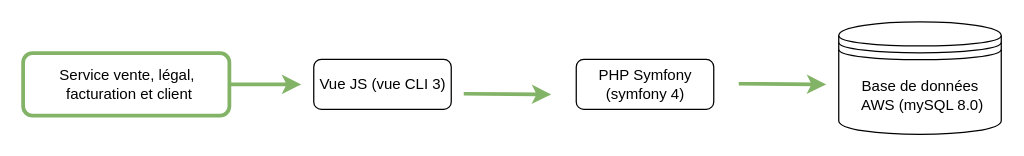
Above: Copie de LAEDiagram.drawio in cjour/audit_logistics (draw.io), before the change. Source tidied: cells renumbered, new cells numbered last; positions are measured from the earlier drawing's top-left corner, leaving out a move shared by most shapes. Both pictures are drawn from the tidied source at 125%, with x=0, y=0 at pixel (22, 21).
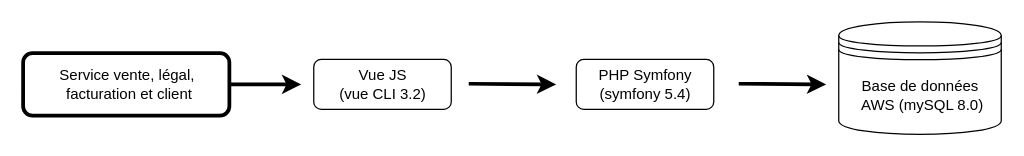
Above is the later version.

Commit message:
Mettre à jour Copie de LAEDiagram.drawio

Diff of the diagram source:
```diff
@@
 <mxGraphModel>
   <root>
     <mxCell id="0" />
     <mxCell id="1" parent="0" />
     <mxCell id="2" value="&lt;div&gt;Service vente, légal,&lt;/div&gt;&lt;div&gt;&amp;nbsp;facturation et client&lt;/div&gt;" style="text;html=1;align=center;verticalAlign=middle;strokeColor=none;fillColor=none;" parent="1" vertex="1">
       <mxGeometry x="17.5" y="30" width="130" height="40" as="geometry" />
     </mxCell>
-    <mxCell id="3" value="Vue JS (vue CLI 3)" style="rounded=1;whiteSpace=wrap;html=1;" parent="1" vertex="1">
+    <mxCell id="3" value="&lt;div&gt;Vue JS &lt;br&gt;&lt;/div&gt;&lt;div&gt;(vue CLI 3.2)&lt;/div&gt;" style="rounded=1;whiteSpace=wrap;html=1;" parent="1" vertex="1">
       <mxGeometry x="232.5" y="30" width="110" height="40" as="geometry" />
     </mxCell>
-    <mxCell id="4" value="&lt;div&gt;PHP Symfony (symfony 4)&lt;/div&gt;" style="rounded=1;whiteSpace=wrap;html=1;" parent="1" vertex="1">
+    <mxCell id="4" value="&lt;div&gt;PHP Symfony (symfony 5.4)&lt;/div&gt;" style="rounded=1;whiteSpace=wrap;html=1;" parent="1" vertex="1">
       <mxGeometry x="442.5" y="30" width="110" height="40" as="geometry" />
     </mxCell>
     <mxCell id="5" value="&lt;div&gt;Base de données&lt;/div&gt;&lt;div&gt;&amp;nbsp;AWS (mySQL 8.0)&lt;br&gt;&lt;/div&gt;" style="shape=datastore;whiteSpace=wrap;html=1;" parent="1" vertex="1">
       <mxGeometry x="652.5" width="130" height="90" as="geometry" />
     </mxCell>
-    <mxCell id="6" style="rounded=1;whiteSpace=wrap;html=1;fontFamily=Helvetica;fontSize=12;strokeWidth=3;fillColor=none;strokeColor=#82b366;" parent="1" vertex="1">
+    <mxCell id="6" style="rounded=1;whiteSpace=wrap;html=1;fontFamily=Helvetica;fontSize=12;strokeWidth=3;fillColor=none;" parent="1" vertex="1">
       <mxGeometry y="25" width="165" height="50" as="geometry" />
     </mxCell>
-    <mxCell id="7" style="endArrow=classic;html=1;rounded=0;fontFamily=Helvetica;fontSize=12;exitX=1;exitY=0.5;exitDx=0;exitDy=0;fillColor=#d5e8d4;strokeColor=#82b366;strokeWidth=3;" parent="1" edge="1" source="6">
+    <mxCell id="7" style="endArrow=classic;html=1;rounded=0;fontFamily=Helvetica;fontSize=12;exitX=1;exitY=0.5;exitDx=0;exitDy=0;strokeWidth=3;" parent="1" edge="1" source="6">
       <mxGeometry relative="1" as="geometry">
         <mxPoint x="222.5" y="50" as="targetPoint" />
       </mxGeometry>
     </mxCell>
-    <mxCell id="8" style="endArrow=classic;html=1;rounded=0;fontFamily=Helvetica;fontSize=12;exitX=1;exitY=0.5;exitDx=0;exitDy=0;fillColor=#d5e8d4;strokeColor=#82b366;strokeWidth=3;" parent="1" edge="1">
+    <mxCell id="8" style="endArrow=classic;html=1;rounded=0;fontFamily=Helvetica;fontSize=12;exitX=1;exitY=0.5;exitDx=0;exitDy=0;strokeWidth=3;" parent="1" edge="1">
       <mxGeometry relative="1" as="geometry">
-        <mxPoint x="352.5" y="57.5" as="sourcePoint" />
-        <mxPoint x="422.5" y="58" as="targetPoint" />
+        <mxPoint x="356.5" y="49.5" as="sourcePoint" />
+        <mxPoint x="426.5" y="50" as="targetPoint" />
       </mxGeometry>
     </mxCell>
-    <mxCell id="9" style="endArrow=classic;html=1;rounded=0;fontFamily=Helvetica;fontSize=12;exitX=1;exitY=0.5;exitDx=0;exitDy=0;fillColor=#d5e8d4;strokeColor=#82b366;strokeWidth=3;" parent="1" edge="1">
+    <mxCell id="9" style="endArrow=classic;html=1;rounded=0;fontFamily=Helvetica;fontSize=12;exitX=1;exitY=0.5;exitDx=0;exitDy=0;strokeWidth=3;" parent="1" edge="1">
       <mxGeometry relative="1" as="geometry">
         <mxPoint x="572.5" y="49.5" as="sourcePoint" />
         <mxPoint x="642.5" y="50" as="targetPoint" />
       </mxGeometry>
     </mxCell>
   </root>
 </mxGraphModel>
```
